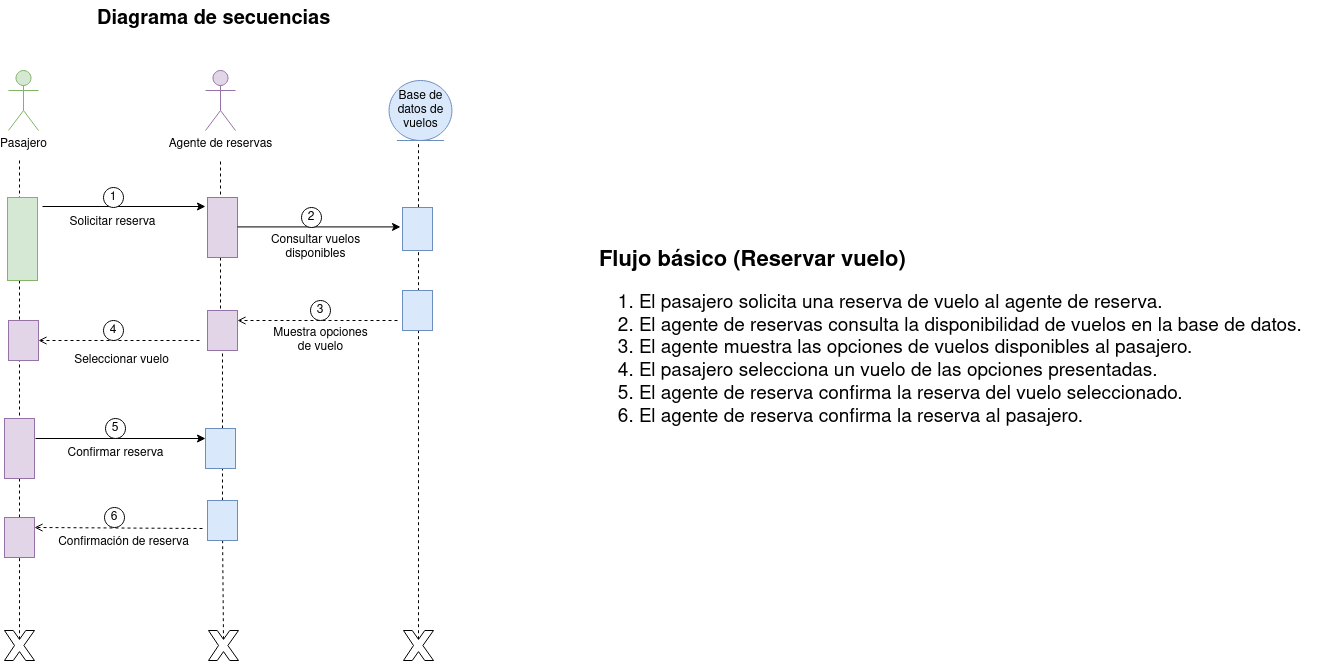
Chugani05/entorno_de_desarrollo keeps this draw.io diagram as diagramas/tarea3 (reserva vuelos)/diagrama_secuencias_reserva_vuelos.png. Above is the earlier version. Source tidied: cells renumbered, new cells last; positions are measured from the earlier drawing's top-left corner, leaving out a move shared by most shapes.
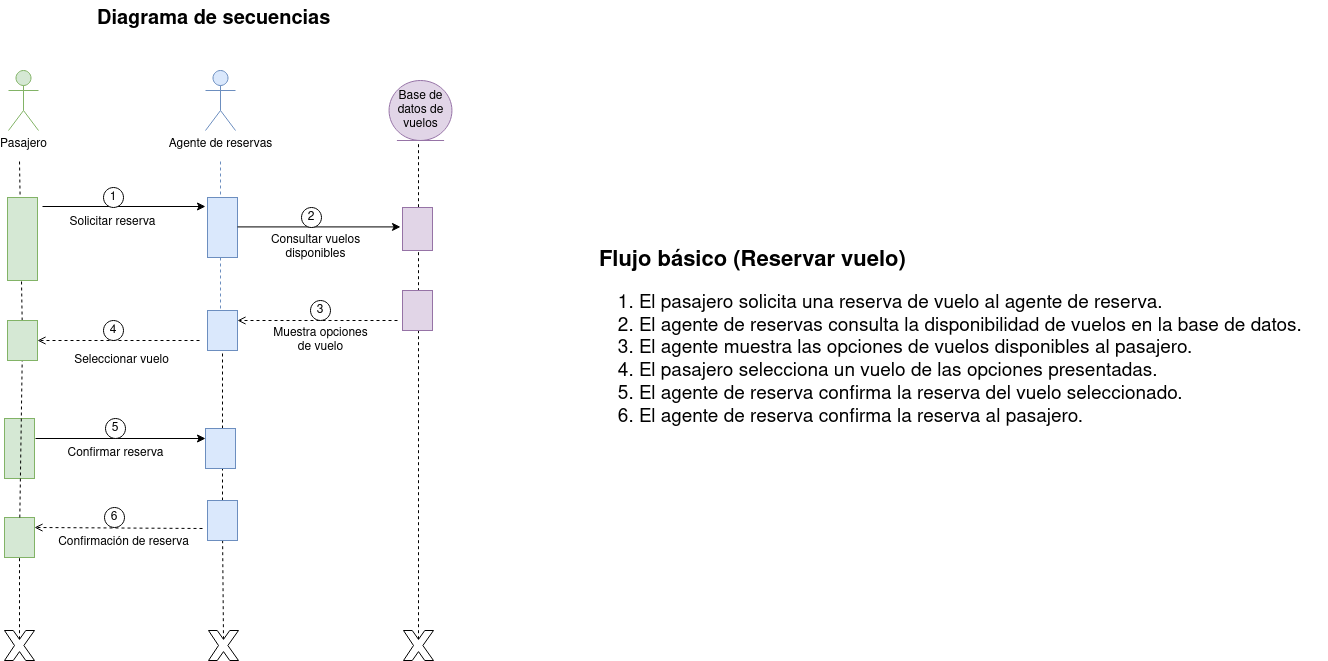
Above is the later version.

The edit, as a diff of the source:
```diff
@@ -10,7 +10,7 @@
         <mxPoint x="218" y="530" as="sourcePoint" />
       </mxGeometry>
     </mxCell>
-    <mxCell id="4" style="endArrow=none;dashed=1;html=1;rounded=0;" parent="1" edge="1" source="41">
+    <mxCell id="4" style="endArrow=none;dashed=1;html=1;rounded=0;" parent="1" edge="1" source="38">
       <mxGeometry relative="1" as="geometry">
         <mxPoint x="15" y="160" as="targetPoint" />
       </mxGeometry>
@@ -37,13 +37,13 @@
     <mxCell id="10" style="verticalLabelPosition=bottom;verticalAlign=top;html=1;shape=mxgraph.basic.x;" parent="1" vertex="1">
       <mxGeometry y="630" width="30" height="30" as="geometry" />
     </mxCell>
-    <mxCell id="11" style="endArrow=none;dashed=1;html=1;rounded=0;verticalAlign=bottom;" parent="1" edge="1">
+    <mxCell id="11" style="endArrow=none;dashed=1;html=1;rounded=0;verticalAlign=bottom;fillColor=#dae8fc;strokeColor=#6c8ebf;" parent="1" edge="1">
       <mxGeometry relative="1" as="geometry">
         <mxPoint x="216" y="320" as="sourcePoint" />
         <mxPoint x="216" y="160" as="targetPoint" />
       </mxGeometry>
     </mxCell>
-    <mxCell id="12" style="rounded=0;whiteSpace=wrap;html=1;direction=south;verticalAlign=top;fillColor=#e1d5e7;strokeColor=#9673a6;" parent="1" vertex="1">
+    <mxCell id="12" style="rounded=0;whiteSpace=wrap;html=1;direction=south;verticalAlign=top;fillColor=#dae8fc;strokeColor=#6c8ebf;" parent="1" vertex="1">
       <mxGeometry x="203" y="197" width="30" height="60" as="geometry" />
     </mxCell>
     <mxCell id="13" style="rounded=0;whiteSpace=wrap;html=1;direction=south;fillColor=#d5e8d4;strokeColor=#82b366;" parent="1" vertex="1">
@@ -60,7 +60,7 @@
     <mxCell id="16" value="Pasajero" style="shape=umlActor;verticalLabelPosition=bottom;verticalAlign=top;html=1;fillColor=#d5e8d4;strokeColor=#82b366;" parent="1" vertex="1">
       <mxGeometry x="4" y="70" width="30" height="60" as="geometry" />
     </mxCell>
-    <mxCell id="17" style="rounded=0;whiteSpace=wrap;html=1;direction=south;verticalAlign=top;fillColor=#dae8fc;strokeColor=#6c8ebf;" parent="1" vertex="1">
+    <mxCell id="17" style="rounded=0;whiteSpace=wrap;html=1;direction=south;verticalAlign=top;fillColor=#e1d5e7;strokeColor=#9673a6;" parent="1" vertex="1">
       <mxGeometry x="398" y="207" width="30" height="43" as="geometry" />
     </mxCell>
     <mxCell id="18" style="endArrow=classic;html=1;rounded=0;entryX=0.15;entryY=1.067;entryDx=0;entryDy=0;entryPerimeter=0;" parent="1" edge="1">
@@ -81,7 +81,7 @@
         <mxPoint x="233" y="320" as="targetPoint" />
       </mxGeometry>
     </mxCell>
-    <mxCell id="22" style="rounded=0;whiteSpace=wrap;html=1;direction=south;verticalAlign=top;fillColor=#dae8fc;strokeColor=#6c8ebf;" parent="1" vertex="1">
+    <mxCell id="22" style="rounded=0;whiteSpace=wrap;html=1;direction=south;verticalAlign=top;fillColor=#e1d5e7;strokeColor=#9673a6;" parent="1" vertex="1">
       <mxGeometry x="398" y="290" width="30" height="40" as="geometry" />
     </mxCell>
     <mxCell id="23" value="&lt;div&gt;Muestra opciones&lt;/div&gt;&lt;div&gt;de vuelo&lt;/div&gt;" style="text;html=1;align=center;verticalAlign=middle;strokeColor=none;fillColor=none;" parent="1" vertex="1">
@@ -93,7 +93,7 @@
     <mxCell id="25" value="&lt;div style=&quot;font-size: 20px;&quot;&gt;&lt;font size=&quot;1&quot;&gt;&lt;b&gt;&lt;font style=&quot;font-size: 22px;&quot;&gt;Flujo básico (Reservar vuelo)&lt;/font&gt;&lt;/b&gt;&lt;/font&gt;&lt;/div&gt;&lt;div style=&quot;font-size: 19px;&quot;&gt;&lt;ol&gt;&lt;li&gt;El pasajero solicita una reserva de vuelo al agente de reserva.&lt;/li&gt;&lt;li&gt;El agente de reservas consulta la disponibilidad de vuelos en la base de datos.&lt;/li&gt;&lt;li&gt;El agente muestra las opciones de vuelos disponibles al pasajero.&lt;/li&gt;&lt;li&gt;El pasajero selecciona un vuelo de las opciones presentadas.&lt;/li&gt;&lt;li&gt;El agente de reserva confirma la reserva del vuelo seleccionado.&lt;/li&gt;&lt;li&gt;El agente de reserva confirma la reserva al pasajero.&lt;/li&gt;&lt;/ol&gt;&lt;/div&gt;" style="text;whiteSpace=wrap;html=1;" parent="1" vertex="1">
       <mxGeometry x="593" y="240" width="730" height="293" as="geometry" />
     </mxCell>
-    <mxCell id="26" value="Base de datos de vuelos" style="ellipse;shape=umlEntity;whiteSpace=wrap;html=1;fillColor=#dae8fc;strokeColor=#6c8ebf;" parent="1" vertex="1">
+    <mxCell id="26" value="Base de datos de vuelos" style="ellipse;shape=umlEntity;whiteSpace=wrap;html=1;fillColor=#e1d5e7;strokeColor=#9673a6;" parent="1" vertex="1">
       <mxGeometry x="384.5" y="80" width="62.9" height="60" as="geometry" />
     </mxCell>
     <mxCell id="27" style="rounded=0;whiteSpace=wrap;html=1;direction=south;verticalAlign=top;fillColor=#dae8fc;strokeColor=#6c8ebf;" parent="1" vertex="1">
@@ -117,13 +117,13 @@
     <mxCell id="32" value="&lt;b&gt;&lt;font style=&quot;font-size: 20px;&quot;&gt;Diagrama de secuencias&lt;/font&gt;&lt;/b&gt;" style="text;whiteSpace=wrap;html=1;" parent="1" vertex="1">
       <mxGeometry x="91" width="270" height="50" as="geometry" />
     </mxCell>
-    <mxCell id="33" style="rounded=0;whiteSpace=wrap;html=1;direction=south;verticalAlign=top;fillColor=#e1d5e7;strokeColor=#9673a6;" parent="1" vertex="1">
+    <mxCell id="33" style="rounded=0;whiteSpace=wrap;html=1;direction=south;verticalAlign=top;fillColor=#dae8fc;strokeColor=#6c8ebf;" parent="1" vertex="1">
       <mxGeometry x="203" y="310" width="30" height="40" as="geometry" />
     </mxCell>
     <mxCell id="34" value="6" style="ellipse;whiteSpace=wrap;html=1;" parent="1" vertex="1">
       <mxGeometry x="100" y="507" width="20" height="20" as="geometry" />
     </mxCell>
-    <mxCell id="35" value="Agente de reservas" style="shape=umlActor;verticalLabelPosition=bottom;verticalAlign=top;html=1;fillColor=#e1d5e7;strokeColor=#9673a6;" parent="1" vertex="1">
+    <mxCell id="35" value="Agente de reservas" style="shape=umlActor;verticalLabelPosition=bottom;verticalAlign=top;html=1;fillColor=#dae8fc;strokeColor=#6c8ebf;" parent="1" vertex="1">
       <mxGeometry x="201" y="70" width="30" height="60" as="geometry" />
     </mxCell>
     <mxCell id="36" style="endArrow=open;dashed=1;html=1;rounded=0;endFill=0;exitX=0.667;exitY=1;exitDx=0;exitDy=0;exitPerimeter=0;entryX=0.5;entryY=0;entryDx=0;entryDy=0;" parent="1" edge="1" target="38">
@@ -134,16 +134,13 @@
     <mxCell id="37" value="Seleccionar vuelo" style="text;html=1;align=center;verticalAlign=middle;strokeColor=none;fillColor=none;" parent="1" vertex="1">
       <mxGeometry x="57" y="345" width="120" height="30" as="geometry" />
     </mxCell>
-    <mxCell id="38" style="rounded=0;whiteSpace=wrap;html=1;direction=south;verticalAlign=top;fillColor=#e1d5e7;strokeColor=#9673a6;" parent="1" vertex="1">
-      <mxGeometry x="4" y="320" width="30" height="40" as="geometry" />
-    </mxCell>
-    <mxCell id="39" style="rounded=0;whiteSpace=wrap;html=1;direction=south;verticalAlign=top;fillColor=#e1d5e7;strokeColor=#9673a6;" parent="1" vertex="1">
+    <mxCell id="39" style="rounded=0;whiteSpace=wrap;html=1;direction=south;verticalAlign=top;fillColor=#d5e8d4;strokeColor=#82b366;" parent="1" vertex="1">
       <mxGeometry y="418" width="30" height="60" as="geometry" />
     </mxCell>
     <mxCell id="40" style="endArrow=none;dashed=1;html=1;rounded=0;exitX=0.5;exitY=0.29;exitDx=0;exitDy=0;exitPerimeter=0;" parent="1" edge="1" source="10" target="41">
       <mxGeometry relative="1" as="geometry" />
     </mxCell>
-    <mxCell id="41" style="rounded=0;whiteSpace=wrap;html=1;direction=south;verticalAlign=top;fillColor=#e1d5e7;strokeColor=#9673a6;" parent="1" vertex="1">
+    <mxCell id="41" style="rounded=0;whiteSpace=wrap;html=1;direction=south;verticalAlign=top;fillColor=#d5e8d4;strokeColor=#82b366;" parent="1" vertex="1">
       <mxGeometry y="517" width="30" height="40" as="geometry" />
     </mxCell>
     <mxCell id="42" value="4" style="ellipse;whiteSpace=wrap;html=1;" parent="1" vertex="1">
@@ -152,5 +149,11 @@
     <mxCell id="43" value="3" style="ellipse;whiteSpace=wrap;html=1;" parent="1" vertex="1">
       <mxGeometry x="306" y="300" width="20" height="20" as="geometry" />
     </mxCell>
+    <mxCell id="44" style="endArrow=none;dashed=1;html=1;rounded=0;" parent="1" edge="1" source="41" target="38">
+      <mxGeometry relative="1" as="geometry" />
+    </mxCell>
+    <mxCell id="38" style="rounded=0;whiteSpace=wrap;html=1;direction=south;verticalAlign=top;fillColor=#d5e8d4;strokeColor=#82b366;" parent="1" vertex="1">
+      <mxGeometry x="3" y="320" width="30" height="40" as="geometry" />
+    </mxCell>
   </root>
 </mxGraphModel>
```
